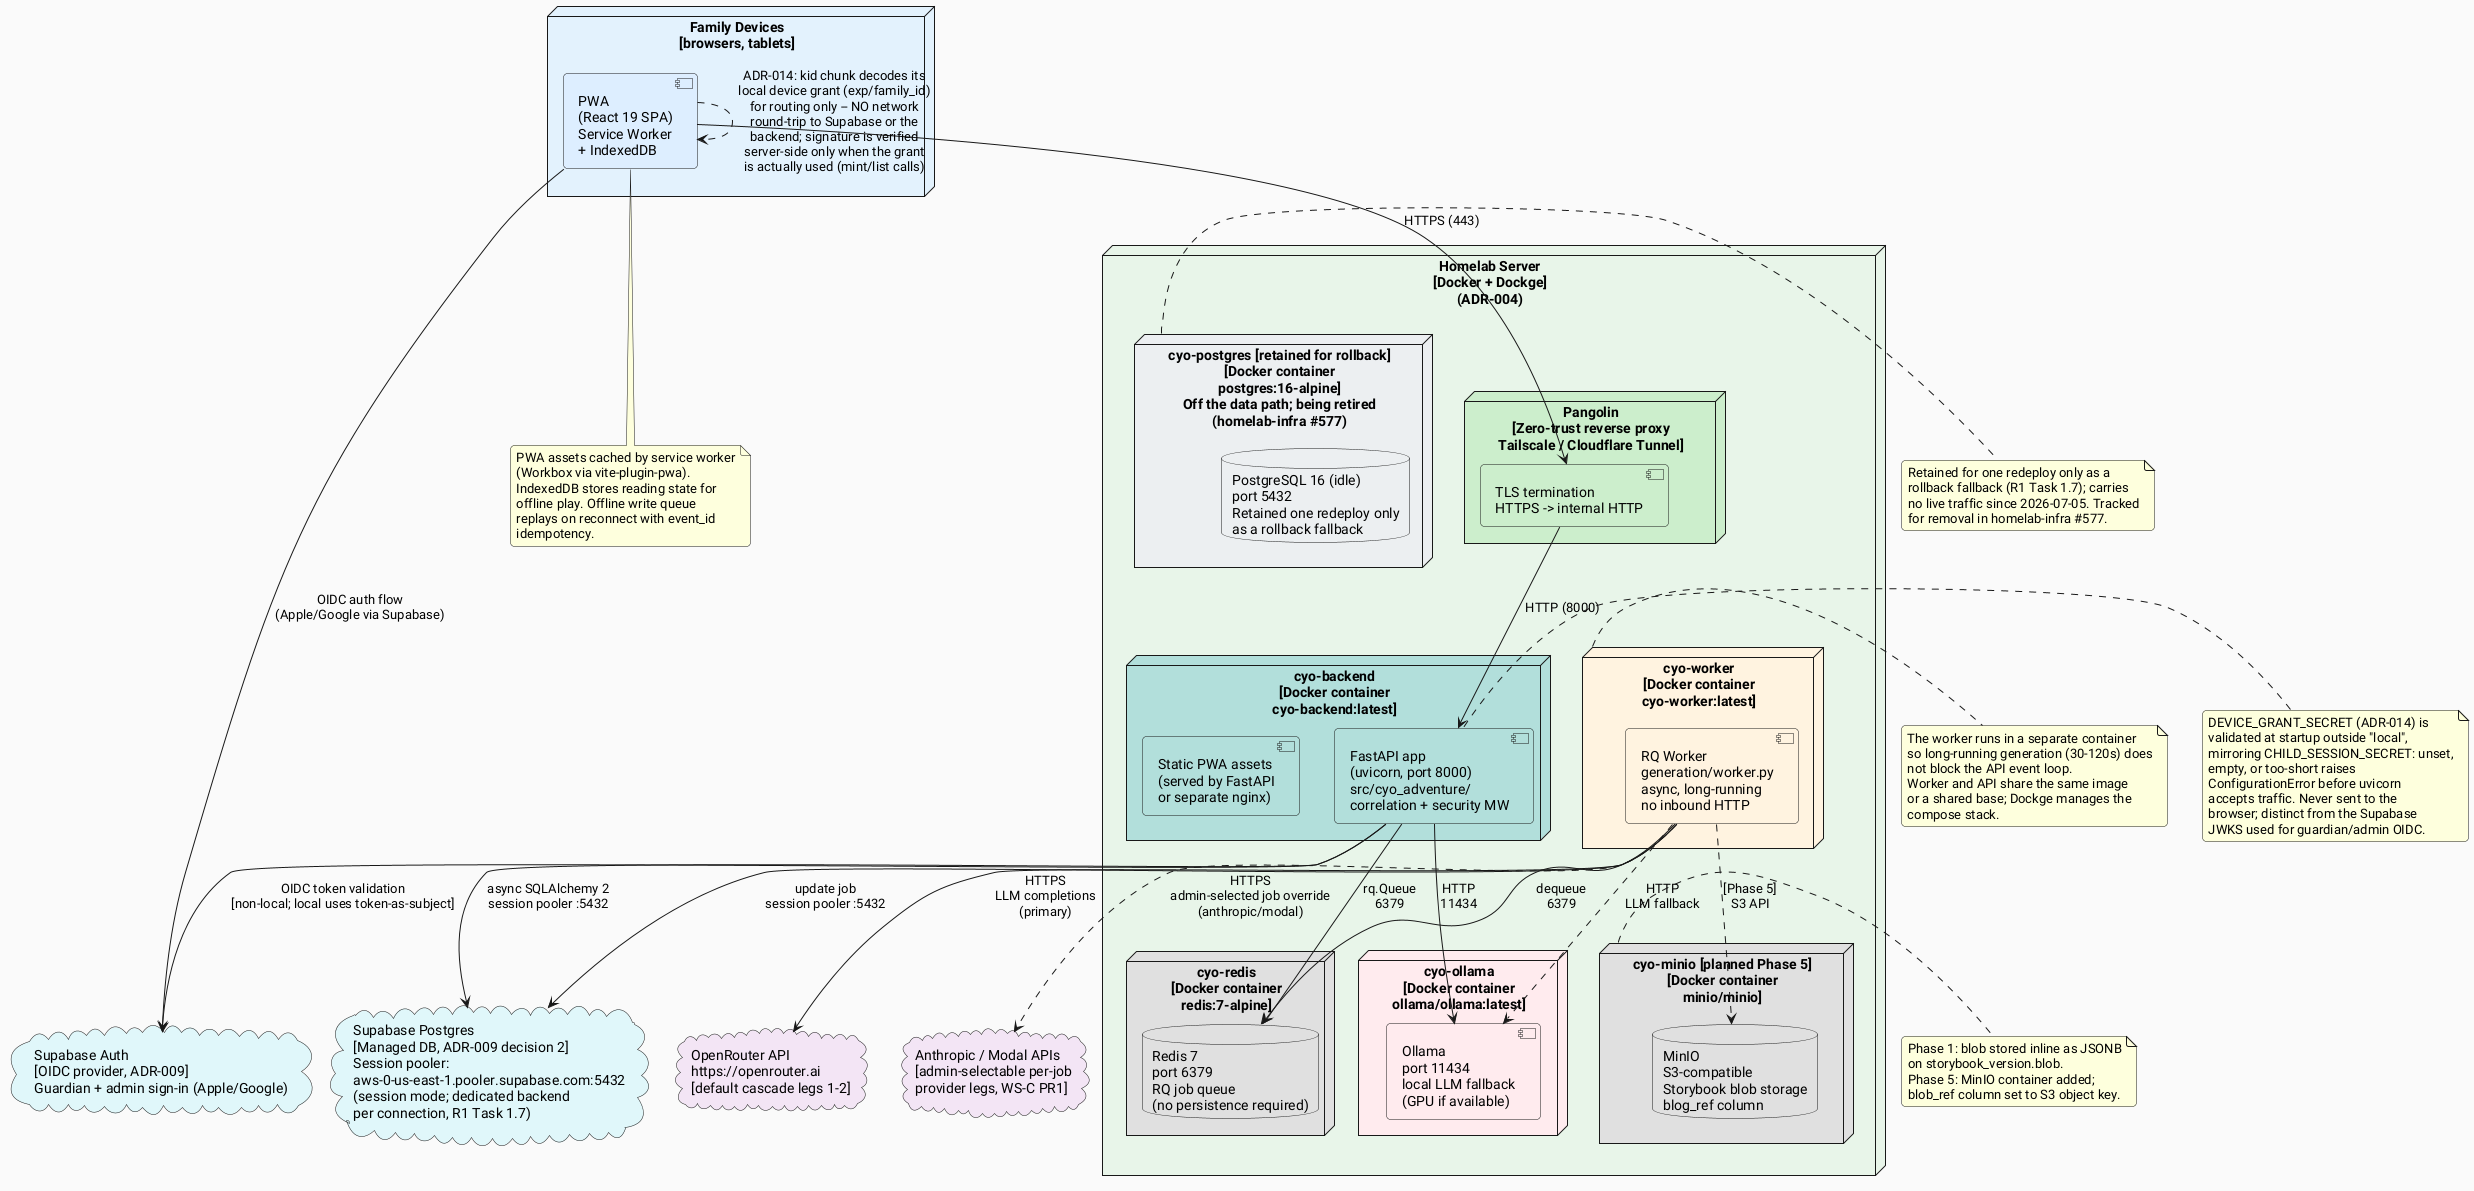
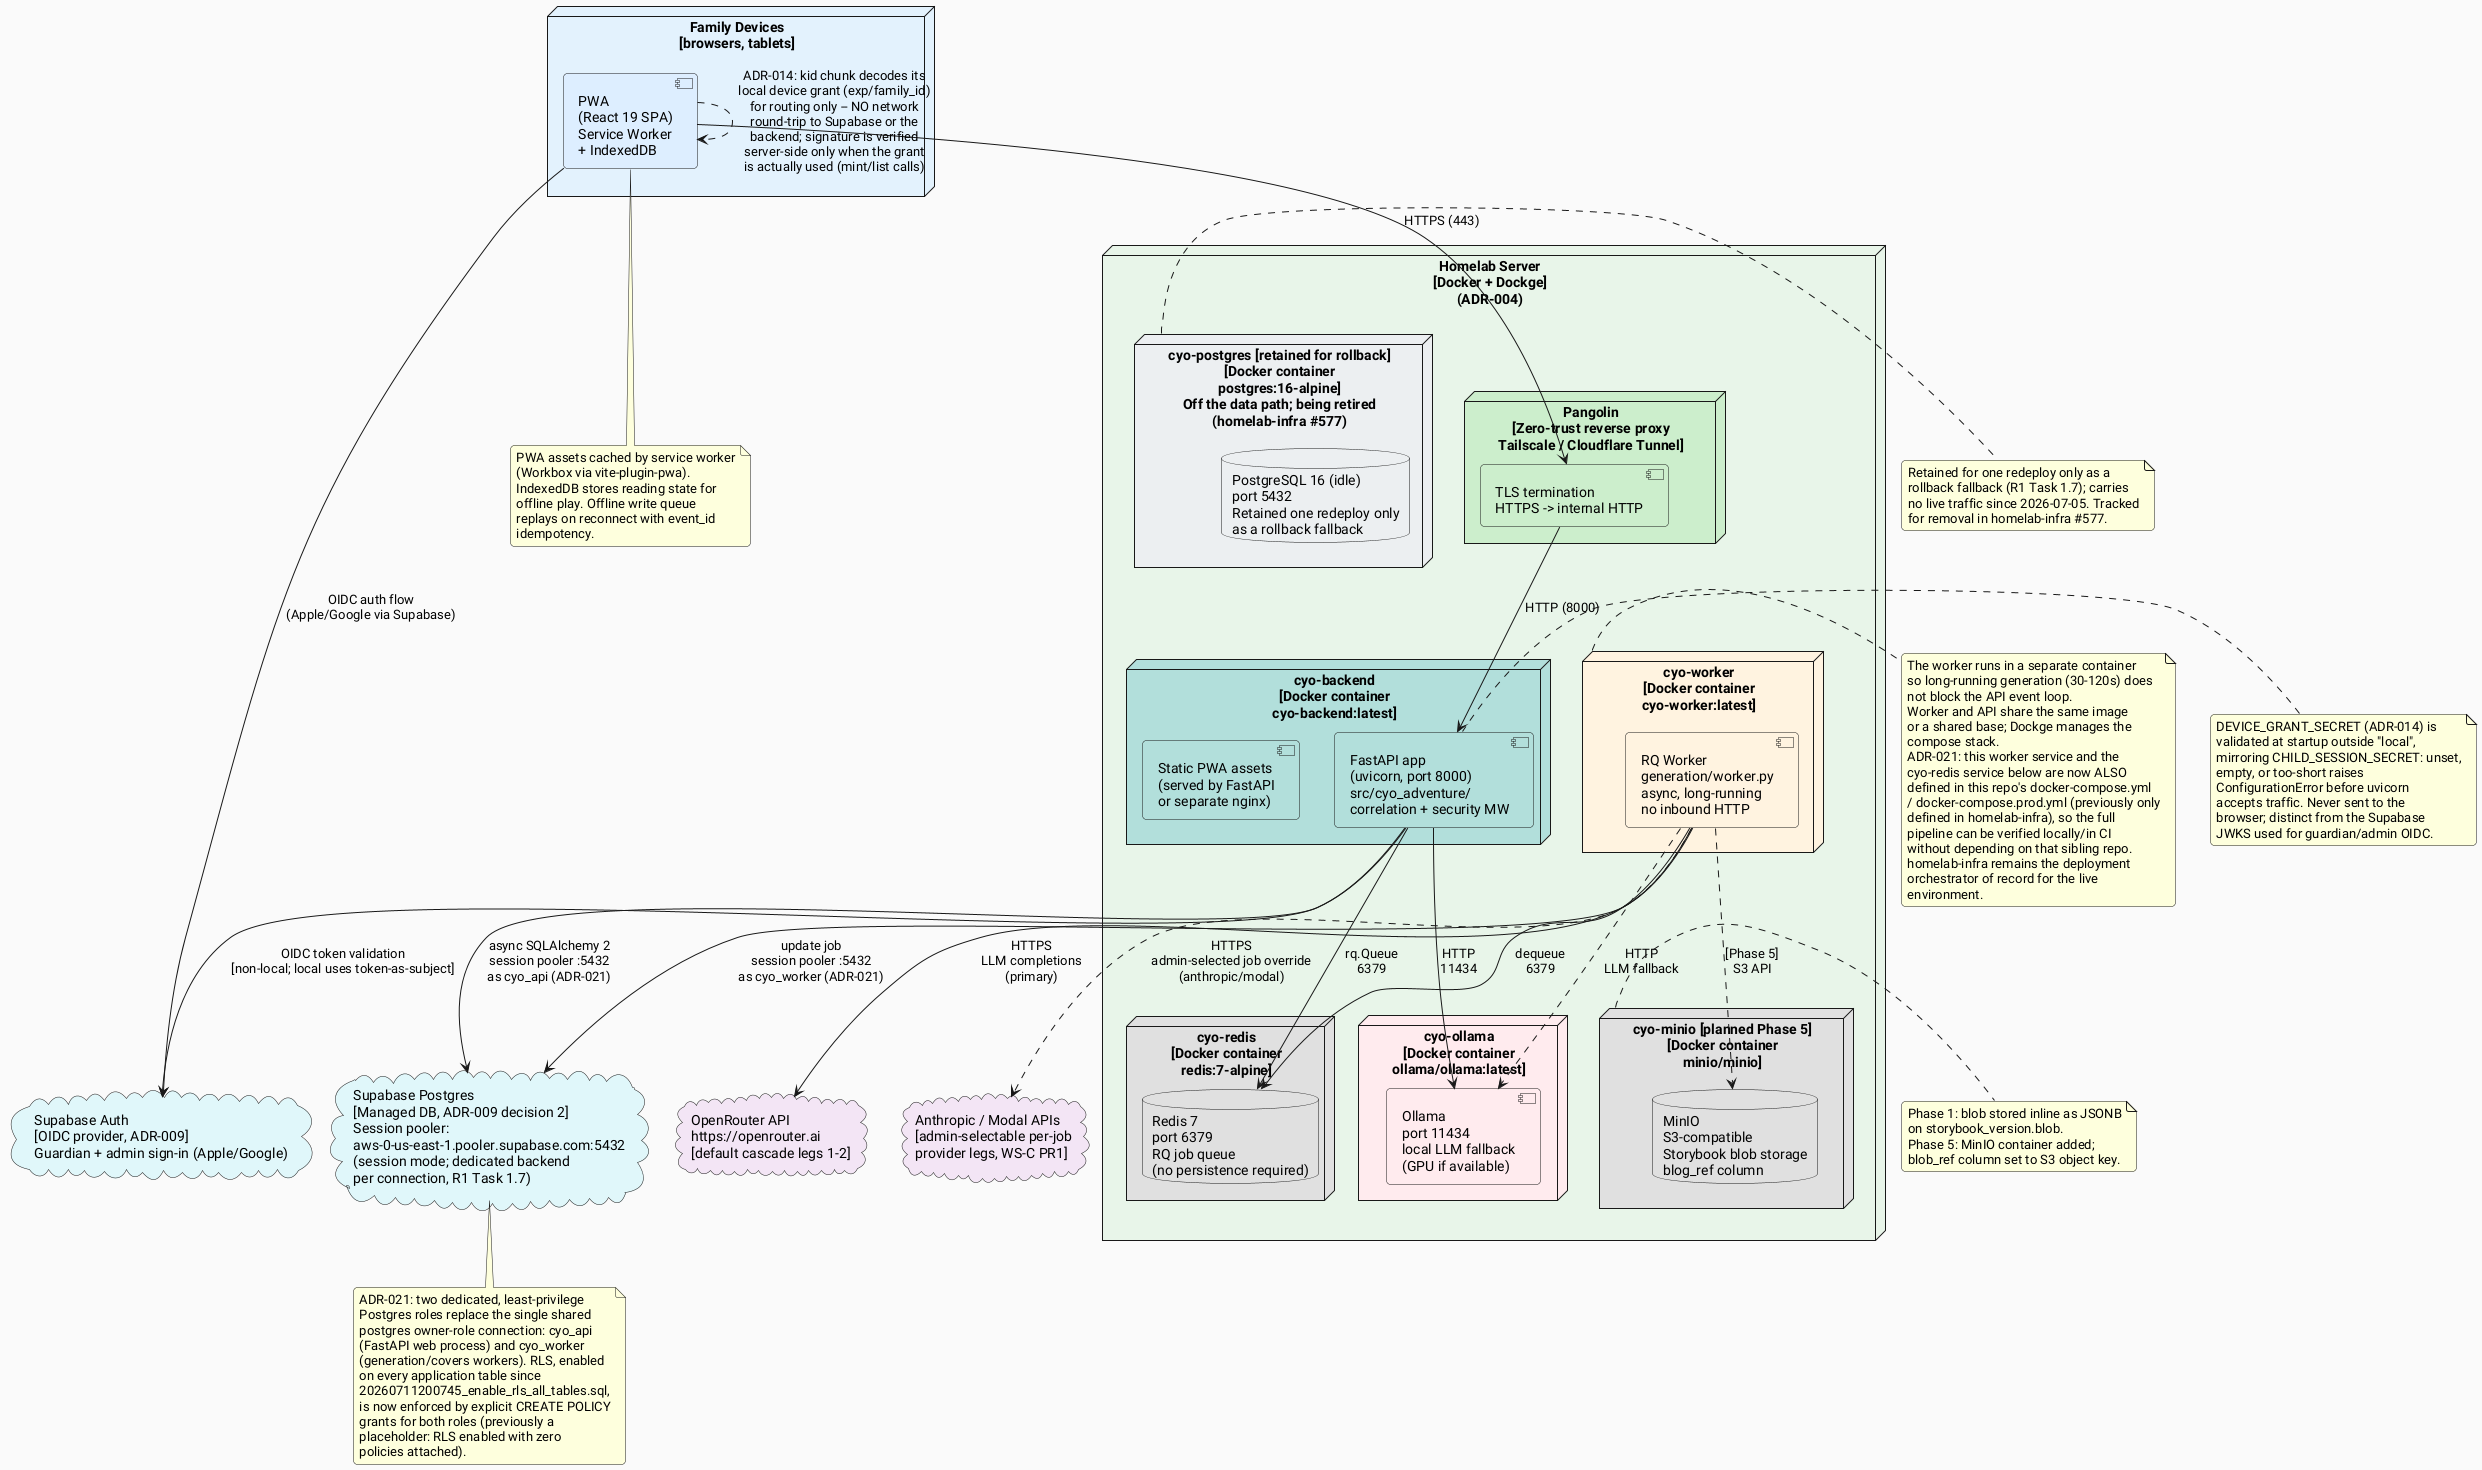
@startuml deployment
' ============================================================
' Deployment View: Homelab-first Docker deployment
' CYO Adventure
'
' Source files:
'   docs/planning/adr/adr-004-homelab-first-deployment.md
'   docs/planning/adr/adr-009-supabase-platform.md (Supabase OIDC replaces Authentik as
'     app IdP; decision 2 = Supabase Postgres as the operational database)
'   docs/planning/r1-deferred-debt-register.md (Task 1.7: cut over the operational
'     database to Supabase Postgres, session pooler, homelab-infra #576/#577;
'     r1-gap-closure-plan.md is archived, consolidated here)
'   docs/planning/tech-spec.md  (Infrastructure section)
'   docs/planning/adr/adr-014-device-authorized-kid-access.md (device grant;
'     local, no-round-trip verification on the kid PWA)
'   src/cyo_adventure/core/device_grant.py, core/config.py (DEVICE_GRANT_SECRET,
'     validated at startup, mirroring CHILD_SESSION_SECRET)
+ '   docs/planning/adr/adr-021-service-account-rls-and-worker-deployment.md
+ '     (cyo_api / cyo_worker least-privilege service roles; explicit RLS
+ '     policies; in-repo worker + Redis service definitions)
+ '   src/cyo_adventure/core/config.py (worker_database_url_effective,
+ '     database_pool_size/database_max_overflow)
+ '   src/cyo_adventure/core/database.py (get_worker_engine/get_worker_session,
+ '     second async engine for the worker role)
+ '   src/cyo_adventure/api/health.py (check_generation_queue: non-gating
+ '     stale-job / recent-failure observability, ADR-021)
+ '   docker-compose.yml, docker-compose.prod.yml (worker + redis services now
+ '     also defined in this repo, ADR-021; homelab-infra remains the deployment
+ '     orchestrator of record for the live environment)
+ '   supabase/migrations/20260720170100_create_service_roles.sql,
+ '     20260720170200_add_service_role_policies.sql
'   CLAUDE.md (Docker, Pangolin zero-trust, Dockge)
'
' Note: MinIO shown as planned (deferred Phase 5).
' Note: homelab Authentik keeps its existing internal homelab-service roles
' (ADR-009) but is no longer the app's OIDC identity provider. All app
' principals, guardians and the global admin approver alike, authenticate
' via Supabase OIDC (the admin is a Supabase identity with is_admin), shown below.
' Note: the operational database moved from the local cyo-postgres container to
' Supabase Postgres (ADR-009 decision 2; R1 Task 1.7, deployed 2026-07-05 via
' homelab-infra #576), reached through the session pooler (session mode: each
' connection gets a dedicated backend; no transaction-mode/PgBouncer
' prepared-statement workaround). cyo-postgres is retained for one redeploy
' only as a rollback fallback, is off the data path, and is tracked for
' removal in homelab-infra #577.
' ============================================================

skinparam defaultFontName "Roboto"
skinparam backgroundColor #FAFAFA
skinparam roundCorner 8

node "Family Devices\n[browsers, tablets]" as devices #E3F2FD {
  component "PWA\n(React 19 SPA)\nService Worker\n+ IndexedDB" as pwa_client #DDEEFF
}

cloud "OpenRouter API\nhttps://openrouter.ai\n[default cascade legs 1-2]" as openrouter_cloud #F3E5F5
cloud "Anthropic / Modal APIs\n[admin-selectable per-job\nprovider legs, WS-C PR1]" as extra_provider_cloud #F3E5F5
cloud "Supabase Auth\n[OIDC provider, ADR-009]\nGuardian + admin sign-in (Apple/Google)" as supabase_cloud #E0F7FA
cloud "Supabase Postgres\n[Managed DB, ADR-009 decision 2]\nSession pooler:\naws-0-us-east-1.pooler.supabase.com:5432\n(session mode; dedicated backend\nper connection, R1 Task 1.7)" as supabase_pg_cloud #E0F7FA

node "Homelab Server\n[Docker + Dockge]\n(ADR-004)" as homelab #E8F5E9 {

  node "Pangolin\n[Zero-trust reverse proxy\nTailscale / Cloudflare Tunnel]" as pangolin #CCEECC {
    component "TLS termination\nHTTPS -> internal HTTP" as tls #CCEECC
  }

  node "cyo-backend\n[Docker container\ncyo-backend:latest]" as backend_container #B2DFDB {
    component "FastAPI app\n(uvicorn, port 8000)\nsrc/cyo_adventure/\ncorrelation + security MW" as fastapi_app #B2DFDB
    component "Static PWA assets\n(served by FastAPI\nor separate nginx)" as static_assets #B2DFDB
  }

  node "cyo-worker\n[Docker container\ncyo-worker:latest]" as worker_container #FFF3E0 {
    component "RQ Worker\ngeneration/worker.py\nasync, long-running\nno inbound HTTP" as rq_worker #FFF3E0
  }

  node "cyo-postgres [retained for rollback]\n[Docker container\npostgres:16-alpine]\nOff the data path; being retired\n(homelab-infra #577)" as postgres_container #ECEFF1 {
    database "PostgreSQL 16 (idle)\nport 5432\nRetained one redeploy only\nas a rollback fallback" as pg_db #ECEFF1
  }

  node "cyo-redis\n[Docker container\nredis:7-alpine]" as redis_container #E0E0E0 {
    database "Redis 7\nport 6379\nRQ job queue\n(no persistence required)" as redis_db #E0E0E0
  }

  node "cyo-ollama\n[Docker container\nollama/ollama:latest]" as ollama_container #FFEBEE {
    component "Ollama\nport 11434\nlocal LLM fallback\n(GPU if available)" as ollama_svc #FFEBEE
  }

  node "cyo-minio [planned Phase 5]\n[Docker container\nminio/minio]" as minio_container #E0E0E0 {
    database "MinIO\nS3-compatible\nStorybook blob storage\nblog_ref column" as minio_db #E0E0E0
  }

}

' --- Network flows ---
pwa_client --> tls : "HTTPS (443)"
tls --> fastapi_app : "HTTP (8000)"
- fastapi_app --> supabase_pg_cloud : "async SQLAlchemy 2\nsession pooler :5432"
+ fastapi_app --> supabase_pg_cloud : "async SQLAlchemy 2\nsession pooler :5432\nas cyo_api (ADR-021)"
fastapi_app --> redis_db : "rq.Queue\n6379"
fastapi_app --> ollama_svc : "HTTP\n11434"
rq_worker --> redis_db : "dequeue\n6379"
- rq_worker --> supabase_pg_cloud : "update job\nsession pooler :5432"
+ rq_worker --> supabase_pg_cloud : "update job\nsession pooler :5432\nas cyo_worker (ADR-021)"
rq_worker --> openrouter_cloud : "HTTPS\nLLM completions\n(primary)"
rq_worker ..> extra_provider_cloud : "HTTPS\nadmin-selected job override\n(anthropic/modal)"
rq_worker ..> ollama_svc : "HTTP\nLLM fallback"
rq_worker ..> minio_db : "[Phase 5]\nS3 API"
pwa_client --> supabase_cloud : "OIDC auth flow\n(Apple/Google via Supabase)"
fastapi_app --> supabase_cloud : "OIDC token validation\n[non-local; local uses token-as-subject]"
pwa_client ..> pwa_client : "ADR-014: kid chunk decodes its\nlocal device grant (exp/family_id)\nfor routing only -- NO network\nround-trip to Supabase or the\nbackend; signature is verified\nserver-side only when the grant\nis actually used (mint/list calls)"

note right of postgres_container
  Retained for one redeploy only as a
  rollback fallback (R1 Task 1.7); carries
  no live traffic since 2026-07-05. Tracked
  for removal in homelab-infra #577.
end note

note right of worker_container
  The worker runs in a separate container
  so long-running generation (30-120s) does
  not block the API event loop.
  Worker and API share the same image
  or a shared base; Dockge manages the
  compose stack.
+   ADR-021: this worker service and the
+   cyo-redis service below are now ALSO
+   defined in this repo's docker-compose.yml
+   / docker-compose.prod.yml (previously only
+   defined in homelab-infra), so the full
+   pipeline can be verified locally/in CI
+   without depending on that sibling repo.
+   homelab-infra remains the deployment
+   orchestrator of record for the live
+   environment.
+ end note
+ 
+ note bottom of supabase_pg_cloud
+   ADR-021: two dedicated, least-privilege
+   Postgres roles replace the single shared
+   postgres owner-role connection: cyo_api
+   (FastAPI web process) and cyo_worker
+   (generation/covers workers). RLS, enabled
+   on every application table since
+   20260711200745_enable_rls_all_tables.sql,
+   is now enforced by explicit CREATE POLICY
+   grants for both roles (previously a
+   placeholder: RLS enabled with zero
+   policies attached).
end note

note right of minio_container
  Phase 1: blob stored inline as JSONB
  on storybook_version.blob.
  Phase 5: MinIO container added;
  blob_ref column set to S3 object key.
end note

note bottom of pwa_client
  PWA assets cached by service worker
  (Workbox via vite-plugin-pwa).
  IndexedDB stores reading state for
  offline play. Offline write queue
  replays on reconnect with event_id
  idempotency.
end note

note left of fastapi_app
  DEVICE_GRANT_SECRET (ADR-014) is
  validated at startup outside "local",
  mirroring CHILD_SESSION_SECRET: unset,
  empty, or too-short raises
  ConfigurationError before uvicorn
  accepts traffic. Never sent to the
  browser; distinct from the Supabase
  JWKS used for guardian/admin OIDC.
end note

@enduml
